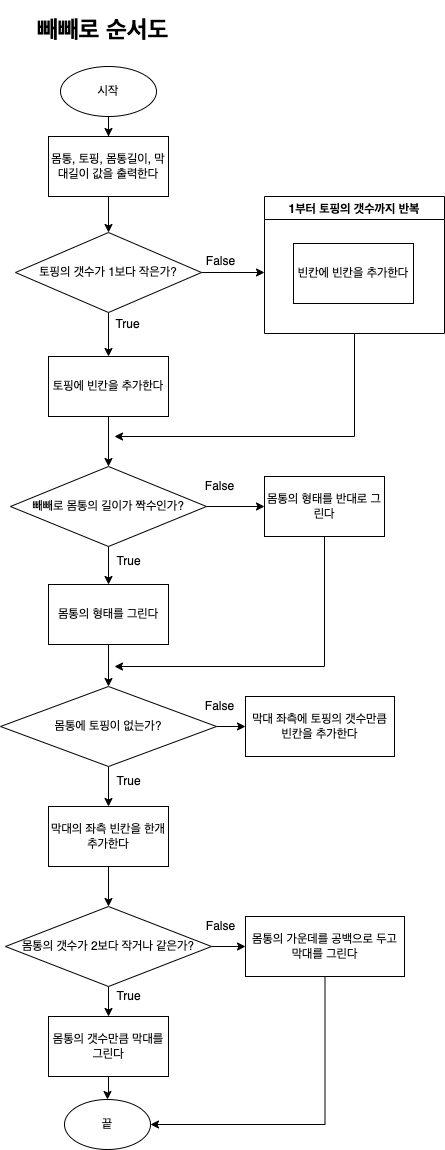
This is CodeStarterCamp_Week1/PeperoFlowChart.drawio.png from yagom-academy/swift-starter-camp-4th, a draw.io export, as it was before one commit. Source tidied: cells renumbered, new cells last; positions are measured from the earlier drawing's top-left corner, leaving out a move shared by most shapes.
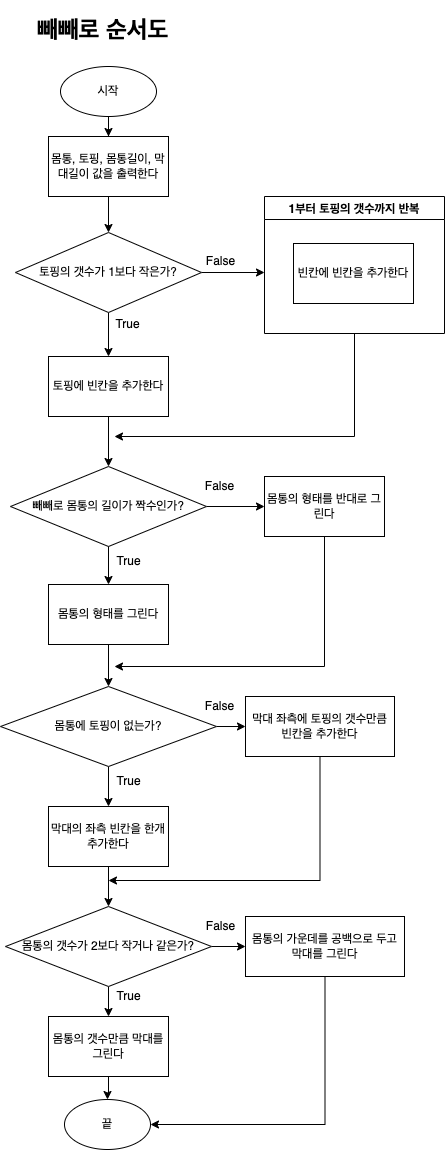
The same file after the commit.

What changed in the source:
```diff
@@ -109,6 +109,14 @@
     <mxCell id="30" value="막대의 좌측 빈칸을 한개 추가한다" style="whiteSpace=wrap;html=1;" parent="1" vertex="1">
       <mxGeometry x="48" y="796" width="120" height="60" as="geometry" />
     </mxCell>
+    <mxCell id="44" style="edgeStyle=orthogonalEdgeStyle;rounded=0;jettySize=auto;html=1;exitX=0.5;exitY=1;exitDx=0;exitDy=0;" parent="1" edge="1" source="31">
+      <mxGeometry relative="1" as="geometry">
+        <mxPoint x="108" y="870" as="targetPoint" />
+        <Array as="points">
+          <mxPoint x="320" y="870" />
+        </Array>
+      </mxGeometry>
+    </mxCell>
     <mxCell id="31" value="막대 좌측에 토핑의 갯수만큼 빈칸을 추가한다" style="whiteSpace=wrap;html=1;" parent="1" vertex="1">
       <mxGeometry x="245" y="686" width="149" height="60" as="geometry" />
     </mxCell>
```
